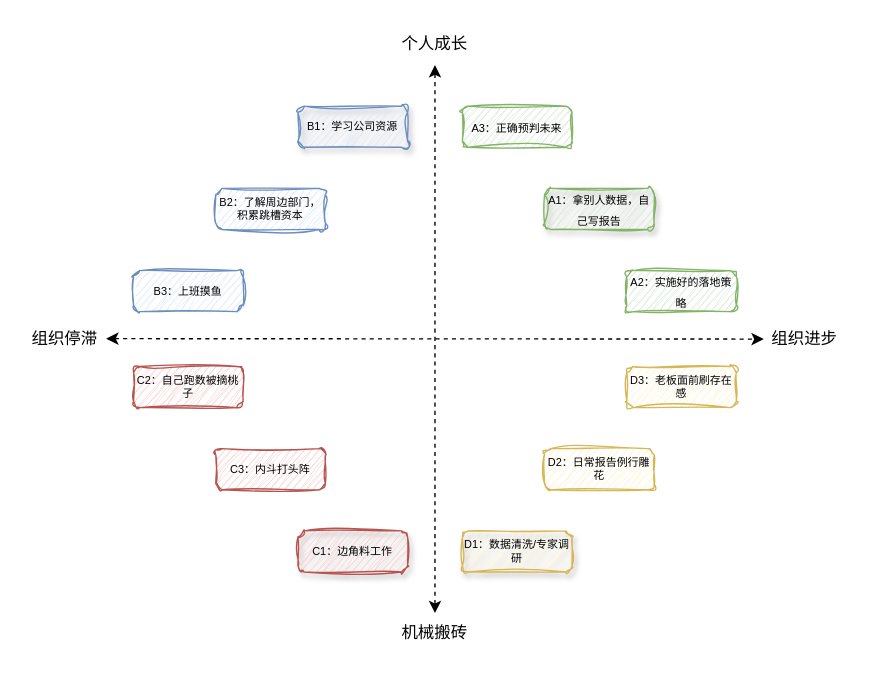
malvinas17/202010test keeps this draw.io diagram as 未命名绘图.drawio. Above is the earlier version. Source tidied: cells renumbered, new cells numbered last; positions are measured from the earlier drawing's top-left corner, leaving out a move shared by most shapes. Both pictures are drawn from the tidied source at 137%, with x=0, y=0 at pixel (23, 23).
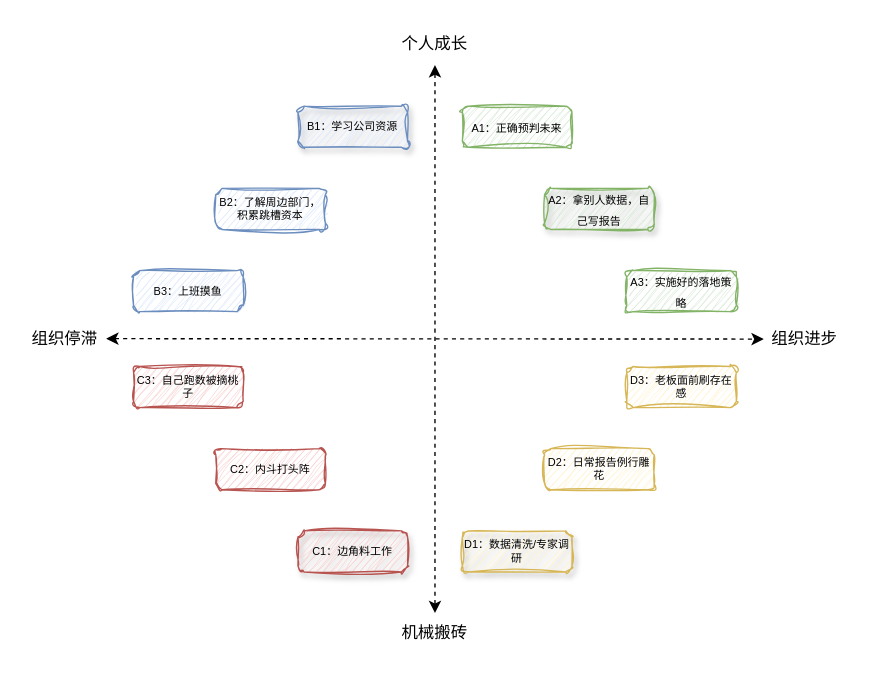
After the change.

Commit message (it also covers changes not shown here):
更新未命名绘图.drawio

Diff of the diagram source:
```diff
@@
-    <mxCell id="8" value="&lt;font style=&quot;font-size: 8px;&quot;&gt;&lt;br&gt;A1：拿别人数据，自己写报告&lt;br&gt;&lt;br&gt;&lt;/font&gt;" style="rounded=1;whiteSpace=wrap;html=1;glass=0;shadow=1;align=center;fontStyle=0;labelPosition=center;verticalLabelPosition=middle;verticalAlign=middle;fillColor=#d5e8d4;strokeColor=#82b366;sketch=1;curveFitting=1;jiggle=2;" parent="1" vertex="1">
+    <mxCell id="8" value="&lt;font style=&quot;font-size: 8px;&quot;&gt;&lt;br&gt;A2：拿别人数据，自己写报告&lt;br&gt;&lt;br&gt;&lt;/font&gt;" style="rounded=1;whiteSpace=wrap;html=1;glass=0;shadow=1;align=center;fontStyle=0;labelPosition=center;verticalLabelPosition=middle;verticalAlign=middle;fillColor=#d5e8d4;strokeColor=#82b366;sketch=1;curveFitting=1;jiggle=2;" parent="1" vertex="1">
       <mxGeometry x="380" y="120" width="80" height="30" as="geometry" />
     </mxCell>
-    <mxCell id="9" value="&lt;font style=&quot;font-size: 8px;&quot;&gt;&lt;br&gt;&lt;/font&gt;&lt;div&gt;&lt;font style=&quot;font-size: 8px;&quot;&gt;A2：实施好的落地策略&lt;/font&gt;&lt;br&gt;&lt;/div&gt;&lt;font style=&quot;font-size: 8px;&quot;&gt;&lt;br&gt;&lt;/font&gt;" style="rounded=1;whiteSpace=wrap;html=1;fillColor=#d5e8d4;align=center;fontStyle=0;labelPosition=center;verticalLabelPosition=middle;verticalAlign=middle;strokeColor=#82b366;sketch=1;curveFitting=1;jiggle=2;" parent="1" vertex="1">
+    <mxCell id="9" value="&lt;font style=&quot;font-size: 8px;&quot;&gt;&lt;br&gt;&lt;/font&gt;&lt;div&gt;&lt;font style=&quot;font-size: 8px;&quot;&gt;A3：实施好的落地策略&lt;/font&gt;&lt;br&gt;&lt;/div&gt;&lt;font style=&quot;font-size: 8px;&quot;&gt;&lt;br&gt;&lt;/font&gt;" style="rounded=1;whiteSpace=wrap;html=1;fillColor=#d5e8d4;align=center;fontStyle=0;labelPosition=center;verticalLabelPosition=middle;verticalAlign=middle;strokeColor=#82b366;sketch=1;curveFitting=1;jiggle=2;" parent="1" vertex="1">
       <mxGeometry x="440" y="180" width="80" height="30" as="geometry" />
     </mxCell>
-    <mxCell id="10" value="&lt;div&gt;&lt;font style=&quot;font-size: 8px;&quot;&gt;A3：正确预判未来&lt;/font&gt;&lt;/div&gt;" style="rounded=1;whiteSpace=wrap;html=1;align=center;fontStyle=0;labelPosition=center;verticalLabelPosition=middle;verticalAlign=middle;fillColor=#d5e8d4;strokeColor=#82b366;sketch=1;curveFitting=1;jiggle=2;" parent="1" vertex="1">
+    <mxCell id="10" value="&lt;div&gt;&lt;font style=&quot;font-size: 8px;&quot;&gt;A1：正确预判未来&lt;/font&gt;&lt;/div&gt;" style="rounded=1;whiteSpace=wrap;html=1;align=center;fontStyle=0;labelPosition=center;verticalLabelPosition=middle;verticalAlign=middle;fillColor=#d5e8d4;strokeColor=#82b366;sketch=1;curveFitting=1;jiggle=2;" parent="1" vertex="1">
       <mxGeometry x="320" y="60" width="80" height="30" as="geometry" />
     </mxCell>
@@
-    <mxCell id="15" value="C2：自己跑数被摘桃子" style="rounded=1;whiteSpace=wrap;html=1;fontSize=8;align=center;fontStyle=0;labelPosition=center;verticalLabelPosition=middle;verticalAlign=middle;fillColor=#f8cecc;strokeColor=#b85450;sketch=1;curveFitting=1;jiggle=2;" parent="1" vertex="1">
+    <mxCell id="15" value="C3：自己跑数被摘桃子" style="rounded=1;whiteSpace=wrap;html=1;fontSize=8;align=center;fontStyle=0;labelPosition=center;verticalLabelPosition=middle;verticalAlign=middle;fillColor=#f8cecc;strokeColor=#b85450;sketch=1;curveFitting=1;jiggle=2;" parent="1" vertex="1">
       <mxGeometry x="80" y="250" width="80" height="30" as="geometry" />
     </mxCell>
-    <mxCell id="16" value="C3：内斗打头阵" style="rounded=1;whiteSpace=wrap;html=1;strokeColor=#b85450;fontSize=8;fillColor=#f8cecc;align=center;fontStyle=0;labelPosition=center;verticalLabelPosition=middle;verticalAlign=middle;sketch=1;curveFitting=1;jiggle=2;" parent="1" vertex="1">
+    <mxCell id="16" value="C2：内斗打头阵" style="rounded=1;whiteSpace=wrap;html=1;strokeColor=#b85450;fontSize=8;fillColor=#f8cecc;align=center;fontStyle=0;labelPosition=center;verticalLabelPosition=middle;verticalAlign=middle;sketch=1;curveFitting=1;jiggle=2;" parent="1" vertex="1">
       <mxGeometry x="140" y="310" width="80" height="30" as="geometry" />
     </mxCell>
```
